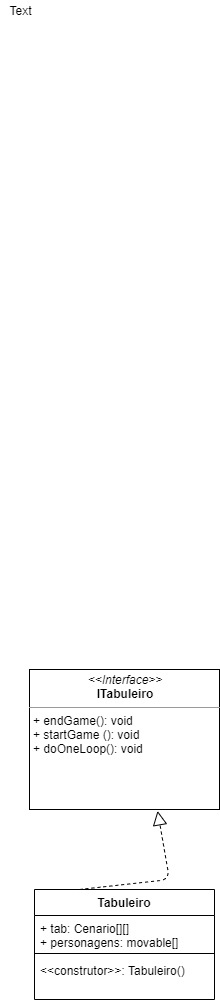
Before: tabuleiro.png, a diagram exported from draw.io (mari1912/ProjetoJogo). Source tidied: cells renumbered, new cells last; positions are measured from the earlier drawing's top-left corner, leaving out a move shared by most shapes. Its diagram source:
```xml
<mxGraphModel background="#ffffff">
  <root>
    <mxCell id="0" />
    <mxCell id="1" parent="0" />
    <mxCell id="2" value="&lt;p style=&quot;margin: 0px ; margin-top: 4px ; text-align: center&quot;&gt;&lt;i&gt;&amp;lt;&amp;lt;Interface&amp;gt;&amp;gt;&lt;/i&gt;&lt;br&gt;&lt;b&gt;ITabuleiro&lt;/b&gt;&lt;/p&gt;&lt;hr size=&quot;1&quot;&gt;&lt;p style=&quot;margin: 0px ; margin-left: 4px&quot;&gt;&lt;span&gt;+ endGame(): void&lt;/span&gt;&lt;br&gt;&lt;/p&gt;&lt;p style=&quot;margin: 0px ; margin-left: 4px&quot;&gt;+ startGame (): void&lt;br style=&quot;padding: 0px ; margin: 0px&quot;&gt;+ doOneLoop(): void&lt;/p&gt;&lt;div style=&quot;padding: 0px ; margin: 0px&quot;&gt;&lt;br style=&quot;padding: 0px ; margin: 0px&quot;&gt;&lt;/div&gt;&lt;div style=&quot;padding: 0px ; margin: 0px&quot;&gt;&lt;br style=&quot;padding: 0px ; margin: 0px&quot;&gt;&lt;/div&gt;&lt;p style=&quot;margin: 0px ; margin-left: 4px&quot;&gt;&lt;span&gt;&lt;br&gt;&lt;/span&gt;&lt;/p&gt;" style="verticalAlign=top;align=left;overflow=fill;fontSize=12;fontFamily=Helvetica;html=1;rounded=0;shadow=0;comic=0;labelBackgroundColor=none;strokeWidth=1;" parent="1" vertex="1">
      <mxGeometry x="29" y="669" width="190" height="140" as="geometry" />
    </mxCell>
    <mxCell id="3" value="Tabuleiro" style="swimlane;fontStyle=1;align=center;verticalAlign=top;horizontal=1;startSize=26;" parent="1" vertex="1">
      <mxGeometry x="34" y="889" width="180" height="110" as="geometry" />
    </mxCell>
    <mxCell id="4" value="+ tab: Cenario[][]&#10;+ personagens: movable[]" style="text;strokeColor=none;fillColor=none;align=left;verticalAlign=top;spacingLeft=4;spacingRight=4;overflow=hidden;" parent="3" vertex="1">
      <mxGeometry y="26" width="180" height="34" as="geometry" />
    </mxCell>
    <mxCell id="5" style="line;strokeWidth=1;fillColor=none;align=left;verticalAlign=middle;spacingTop=-1;spacingLeft=3;spacingRight=3;labelPosition=right;" parent="3" vertex="1">
      <mxGeometry y="60" width="180" height="8" as="geometry" />
    </mxCell>
    <mxCell id="6" value="&lt;&lt;construtor&gt;&gt;: Tabuleiro()" style="text;strokeColor=none;fillColor=none;align=left;verticalAlign=top;spacingLeft=4;spacingRight=4;overflow=hidden;" parent="3" vertex="1">
      <mxGeometry y="68" width="180" height="42" as="geometry" />
    </mxCell>
    <mxCell id="7" style="endArrow=block;dashed=1;endFill=0;endSize=12;html=1;exitX=0.25;exitY=0;exitDx=0;exitDy=0;entryX=0.674;entryY=1.01;entryDx=0;entryDy=0;entryPerimeter=0;" parent="1" edge="1" source="3" target="2">
      <mxGeometry relative="1" as="geometry">
        <Array as="points">
          <mxPoint x="169" y="879" />
        </Array>
      </mxGeometry>
    </mxCell>
    <mxCell id="8" value="Text" style="text;html=1;align=center;verticalAlign=middle;" parent="1" vertex="1">
      <mxGeometry width="40" height="20" as="geometry" />
    </mxCell>
  </root>
</mxGraphModel>
```
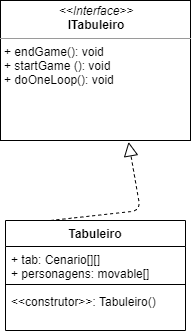
The same file after the commit.

Change to the diagram source:
```diff
@@ -24,8 +24,5 @@
         </Array>
       </mxGeometry>
     </mxCell>
-    <mxCell id="8" value="Text" style="text;html=1;align=center;verticalAlign=middle;" parent="1" vertex="1">
-      <mxGeometry width="40" height="20" as="geometry" />
-    </mxCell>
   </root>
 </mxGraphModel>
```
